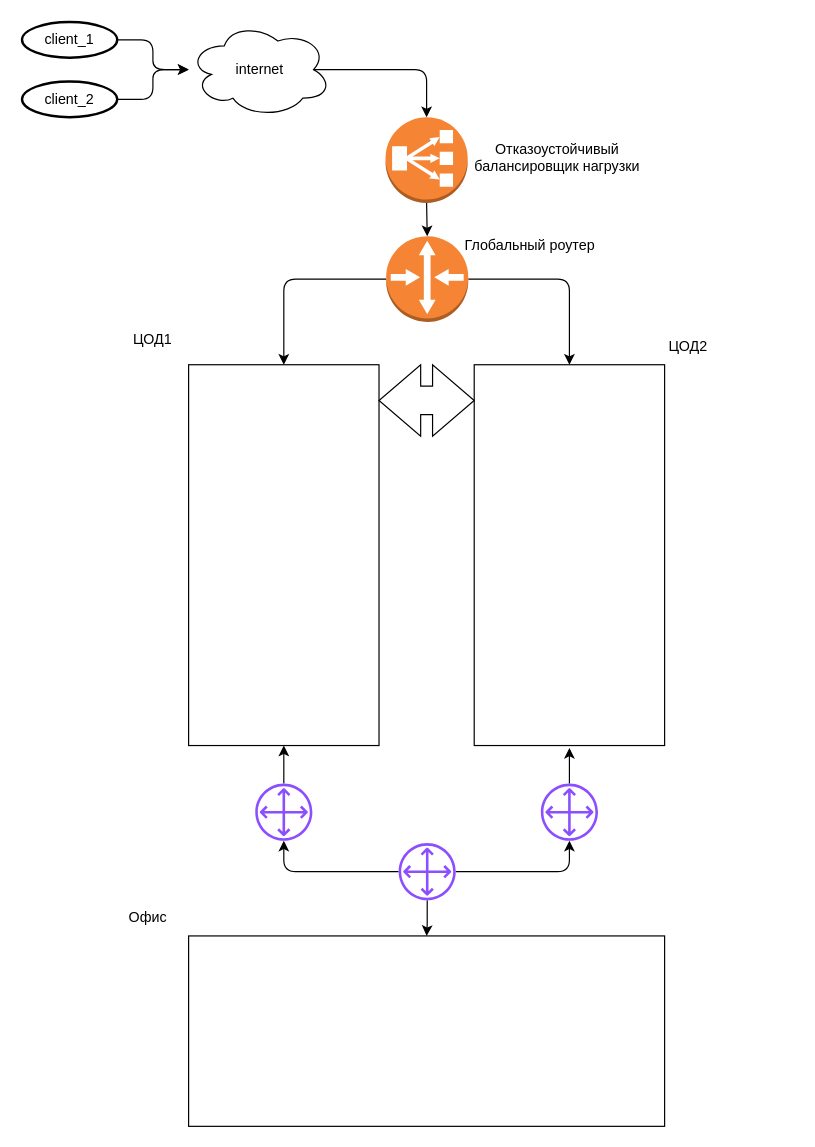
This is ЦОД2.drawio from EfimovEO/drawio, a draw.io file, before an edit. Source tidied: cells renumbered, new cells numbered last; positions are measured from the earlier drawing's top-left corner, leaving out a move shared by most shapes. Both pictures are drawn from the tidied source at 119%, with x=0, y=0 at pixel (21, 21).
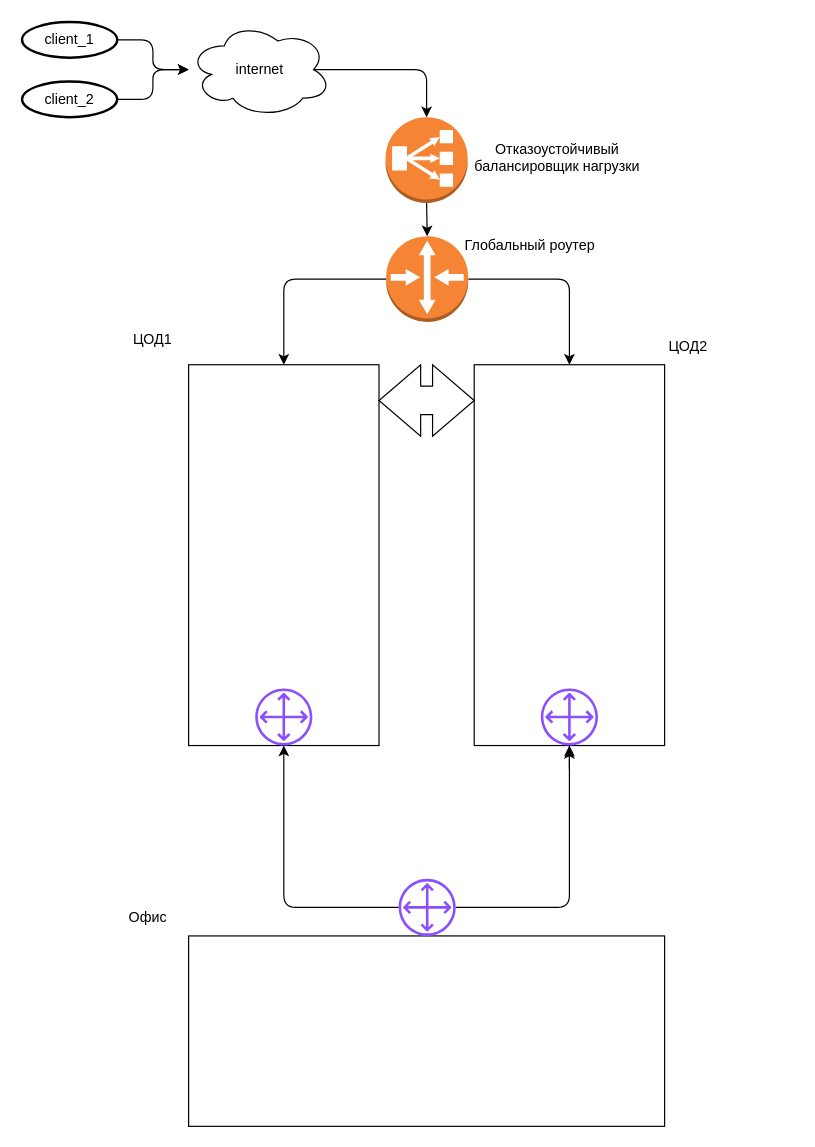
After the change.

The change refers to these unchanged cells:
```xml
<mxCell id="2" style="rounded=0;whiteSpace=wrap;html=1;" parent="1" vertex="1">
  <mxGeometry x="140" y="288" width="160" height="320" as="geometry" />
</mxCell>
<mxCell id="22" style="rounded=0;whiteSpace=wrap;html=1;" parent="1" vertex="1">
  <mxGeometry x="140" y="768" width="400" height="160" as="geometry" />
</mxCell>
```

Change to the diagram source:
```diff
@@
-    <mxCell id="18" style="edgeStyle=orthogonalEdgeStyle;rounded=0;jettySize=auto;html=1;entryX=0.5;entryY=1;entryDx=0;entryDy=0;" parent="1" edge="1" source="19" target="2">
-      <mxGeometry relative="1" as="geometry" />
-    </mxCell>
     <mxCell id="19" style="sketch=0;outlineConnect=0;fontColor=#232F3E;gradientColor=none;fillColor=#8C4FFF;strokeColor=none;dashed=0;verticalLabelPosition=bottom;verticalAlign=top;align=center;html=1;fontSize=12;fontStyle=0;shape=mxgraph.aws4.customer_gateway;" parent="1" vertex="1">
-      <mxGeometry x="196" y="640" width="48" height="48" as="geometry" />
+      <mxGeometry x="196" y="560" width="48" height="48" as="geometry" />
     </mxCell>
@@
     <mxCell id="21" style="sketch=0;outlineConnect=0;fontColor=#232F3E;gradientColor=none;fillColor=#8C4FFF;strokeColor=none;dashed=0;verticalLabelPosition=bottom;verticalAlign=top;align=center;html=1;fontSize=12;fontStyle=0;shape=mxgraph.aws4.customer_gateway;" parent="1" vertex="1">
-      <mxGeometry x="436" y="640" width="48" height="48" as="geometry" />
+      <mxGeometry x="436" y="560" width="48" height="48" as="geometry" />
     </mxCell>
@@
-    <mxCell id="25" style="edgeStyle=orthogonalEdgeStyle;rounded=0;jettySize=auto;html=1;" parent="1" edge="1" source="26" target="22">
-      <mxGeometry relative="1" as="geometry" />
-    </mxCell>
     <mxCell id="26" style="sketch=0;outlineConnect=0;fontColor=#232F3E;gradientColor=none;fillColor=#8C4FFF;strokeColor=none;dashed=0;verticalLabelPosition=bottom;verticalAlign=top;align=center;html=1;fontSize=12;fontStyle=0;shape=mxgraph.aws4.customer_gateway;" parent="1" vertex="1">
-      <mxGeometry x="316.5" y="690" width="48" height="48" as="geometry" />
+      <mxGeometry x="316.5" y="720" width="48" height="48" as="geometry" />
     </mxCell>
```
